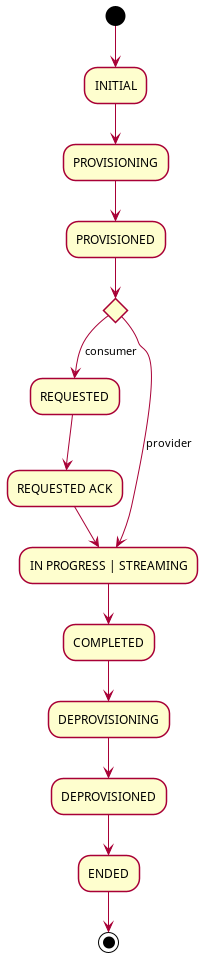
The PlantUML diagram docs/diagrams/transfer-states.png in eclipse-edc/Connector, before a commit. Source of this version:
```plantuml
@startuml

skinParam NoteBackgroundColor WhiteSmoke
skinParam NoteFontColor Black
skinParam ParticipantBackgroundColor WhiteSmoke
skinParam ActorBackgroundColor WhiteSmoke
skinParam AgentBackgroundColor White
skinParam AgentBorderColor SkyBlue
skinparam shadowing false

(*) --> INITIAL
--> PROVISIONING
--> PROVISIONED
if "" then
    --> [consumer] REQUESTED
    --> REQUESTED ACK
    --> IN PROGRESS | STREAMING
else
    --> [provider] IN PROGRESS | STREAMING
--> COMPLETED
--> DEPROVISIONING
--> DEPROVISIONED
--> ENDED
--> (*)

@enduml
```
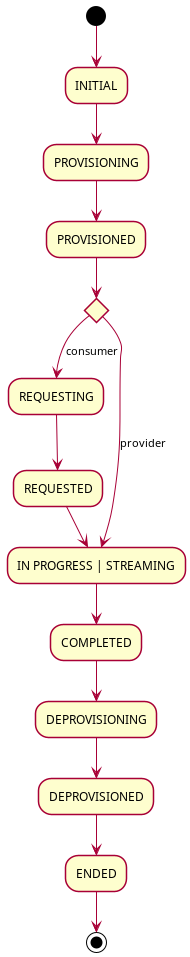
The same diagram one commit later.

Change to the diagram source:
```diff
@@ -12,8 +12,8 @@
 --> PROVISIONING
 --> PROVISIONED
 if "" then
-    --> [consumer] REQUESTED
-    --> REQUESTED ACK
+    --> [consumer] REQUESTING
+    --> REQUESTED
     --> IN PROGRESS | STREAMING
 else
     --> [provider] IN PROGRESS | STREAMING
```
